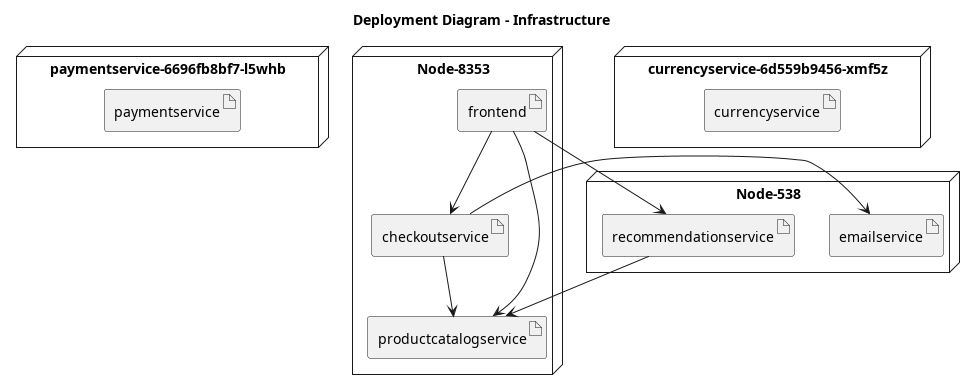
The PlantUML diagram diagrams/deployment-payment.png in HiImLuxifer/UML_Generator, before a commit.
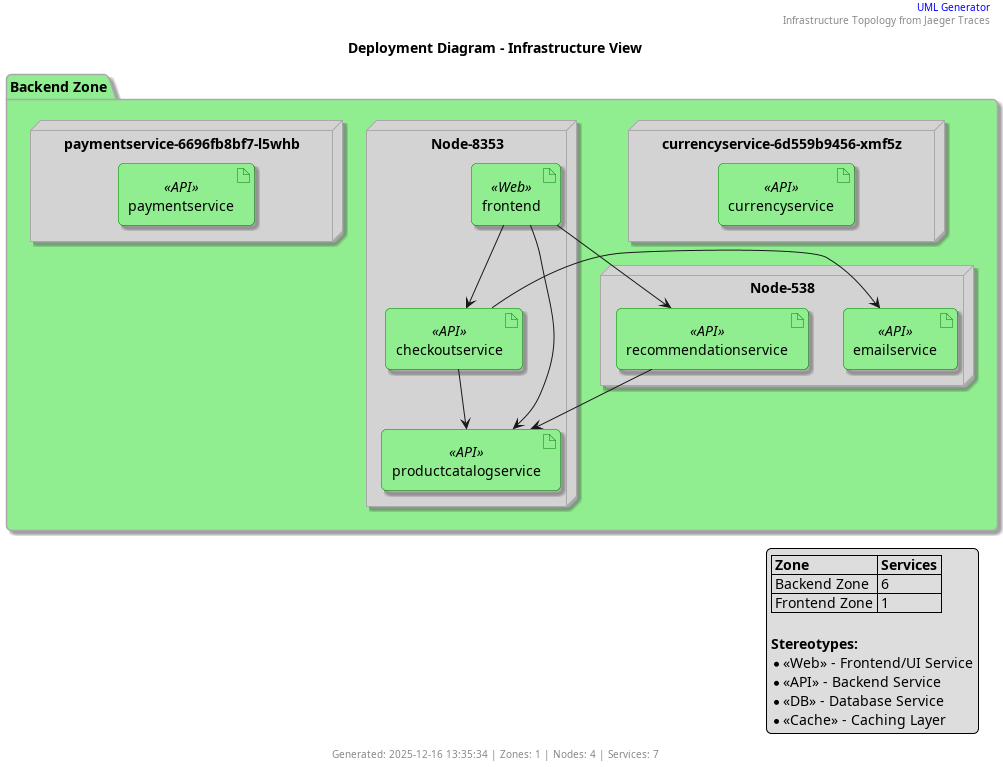
The same file after the commit.

What changed in the source:
```diff
@@ -1,23 +1,39 @@
 @startuml
-title Deployment Diagram - Infrastructure
 
-node "paymentservice-6696fb8bf7-l5whb" {
-  artifact "paymentservice"
-}
+skinparam nodeBackgroundColor LightSkyBlue
+skinparam nodeBorderColor DeepSkyBlue
+skinparam artifactBackgroundColor LightGreen
+skinparam artifactBorderColor Green
+skinparam componentBackgroundColor LightYellow
+skinparam packageBackgroundColor LightGray
+skinparam packageBorderColor DarkGray
+skinparam stereotypeCBackgroundColor YellowGreen
+skinparam shadowing true
+skinparam roundcorner 10
 
-node "Node-538" {
-  artifact "recommendationservice"
-  artifact "emailservice"
-}
+title Deployment Diagram - Infrastructure View
 
-node "Node-8353" {
-  artifact "checkoutservice"
-  artifact "productcatalogservice"
-  artifact "frontend"
-}
+header
+  <font color=blue>UML Generator</font>
+  Infrastructure Topology from Jaeger Traces
+endheader
 
-node "currencyservice-6d559b9456-xmf5z" {
-  artifact "currencyservice"
+package "Backend Zone" #LightGreen {
+  node "paymentservice-6696fb8bf7-l5whb" {
+    artifact "paymentservice" <<API>>
+  }
+  node "Node-538" {
+    artifact "recommendationservice" <<API>>
+    artifact "emailservice" <<API>>
+  }
+  node "Node-8353" {
+    artifact "checkoutservice" <<API>>
+    artifact "productcatalogservice" <<API>>
+    artifact "frontend" <<Web>>
+  }
+  node "currencyservice-6d559b9456-xmf5z" {
+    artifact "currencyservice" <<API>>
+  }
 }
 
 "recommendationservice" --> "productcatalogservice"
@@ -27,4 +43,20 @@
 "frontend" --> "checkoutservice"
 "frontend" --> "productcatalogservice"
 
+legend right
+  |= Zone |= Services |
+  | Backend Zone | 6 |
+  | Frontend Zone | 1 |
+
+  **Stereotypes:**
+  * <<Web>> - Frontend/UI Service
+  * <<API>> - Backend Service
+  * <<DB>> - Database Service
+  * <<Cache>> - Caching Layer
+endlegend
+
+footer
+  Generated: 2025-12-16 13:35:34 | Zones: 1 | Nodes: 4 | Services: 7
+endfooter
+
 @enduml
```
